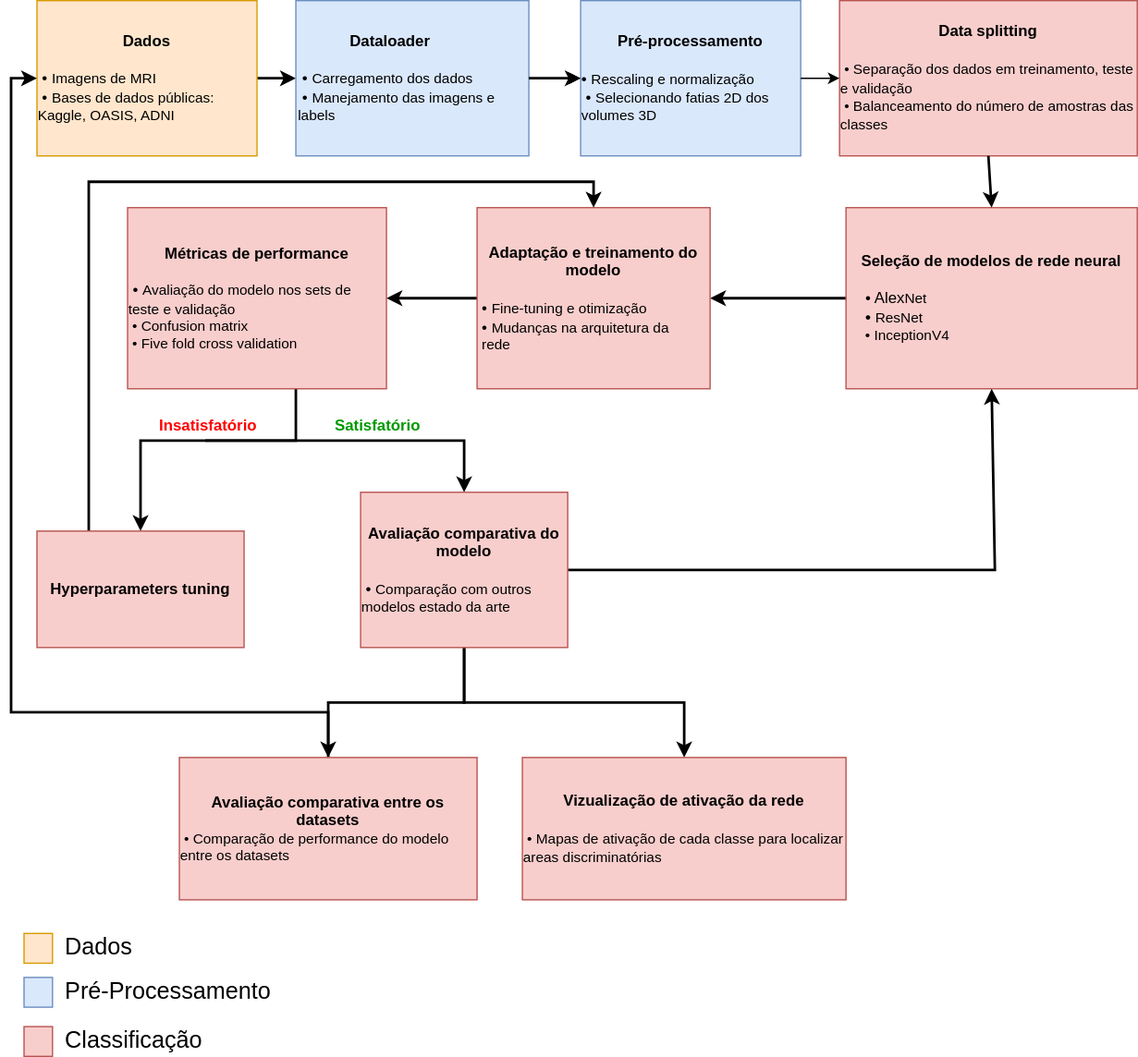
This is projetos/AlzClass/workflow.drawio.svg from Disciplinas-FEEC/IA901-2023S1, a draw.io export, as it was before one commit. Source tidied: cells renumbered, new cells last; positions are measured from the earlier drawing's top-left corner, leaving out a move shared by most shapes.
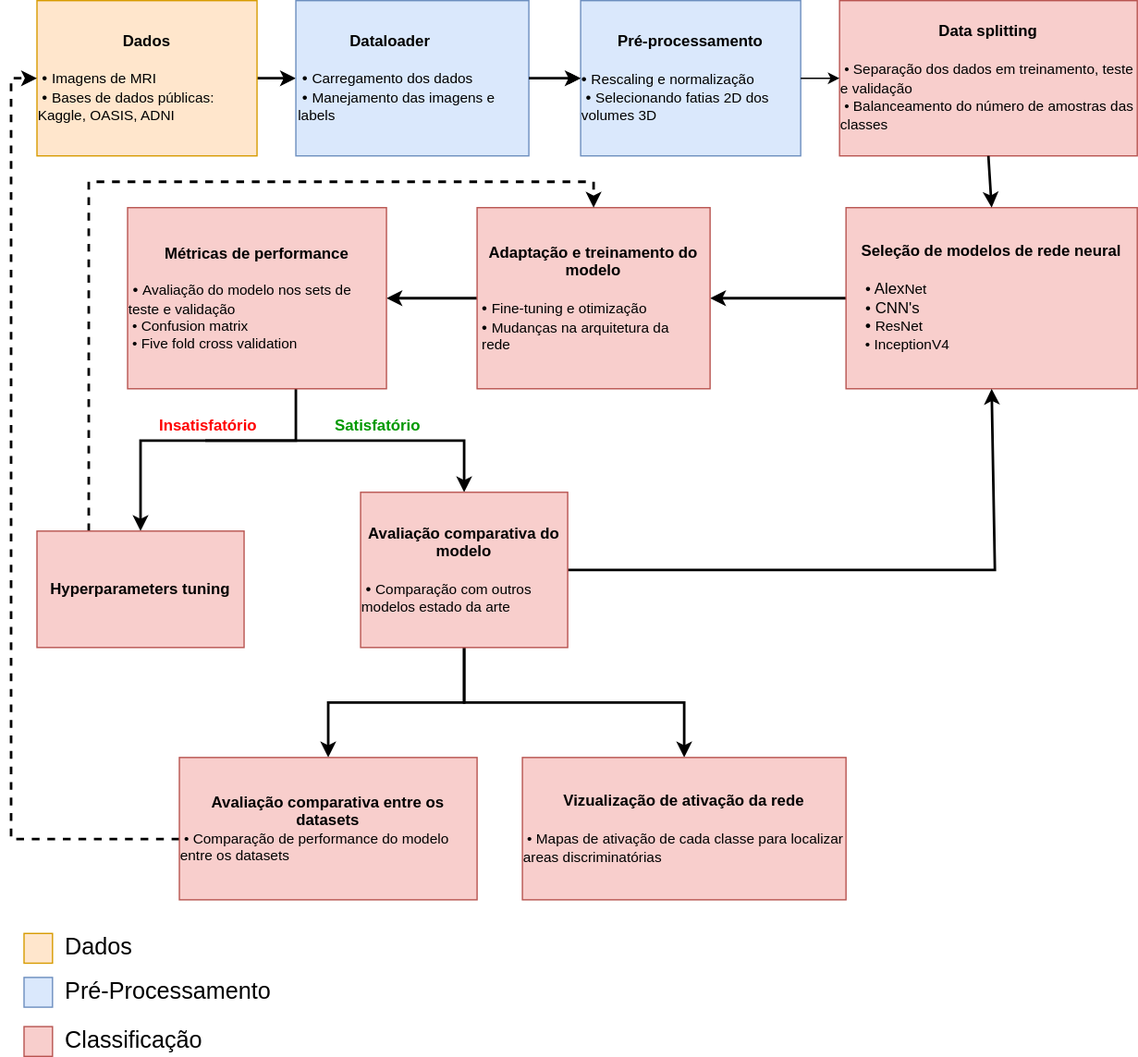
The same diagram one commit later.

What changed in the source:
```diff
@@ -23,7 +23,7 @@
     <mxCell id="8" style="edgeStyle=orthogonalEdgeStyle;rounded=0;jettySize=auto;html=1;fontFamily=Helvetica;strokeWidth=2;" parent="1" edge="1" source="9" target="13">
       <mxGeometry relative="1" as="geometry" />
     </mxCell>
-    <mxCell id="9" value="&lt;font style=&quot;font-size: 11px;&quot;&gt;&lt;b style=&quot;font-size: 12px;&quot;&gt;Seleção de modelos de rede neural&lt;br&gt;&lt;br&gt;&lt;div style=&quot;text-align: left;&quot;&gt;&amp;nbsp;&lt;span style=&quot;font-weight: 400; text-align: center;&quot;&gt;• Alex&lt;/span&gt;&lt;span style=&quot;font-size: 11px; background-color: initial; font-weight: normal;&quot;&gt;Net&lt;/span&gt;&lt;/div&gt;&lt;div style=&quot;text-align: left;&quot;&gt;&amp;nbsp;•&amp;nbsp;&lt;span style=&quot;background-color: initial; font-size: 11px; font-weight: normal;&quot;&gt;ResNet&lt;/span&gt;&lt;span style=&quot;font-size: 11px; background-color: initial; font-weight: normal;&quot;&gt;&lt;br&gt;&lt;/span&gt;&lt;/div&gt;&lt;div style=&quot;text-align: left;&quot;&gt;&lt;font style=&quot;font-size: 11px; background-color: initial; font-weight: normal;&quot;&gt;&amp;nbsp;&lt;/font&gt;&lt;font style=&quot;font-size: 11px; background-color: initial; font-weight: normal;&quot;&gt;•&amp;nbsp;InceptionV4&lt;/font&gt;&lt;/div&gt;&lt;/b&gt;&lt;/font&gt;" style="rounded=0;whiteSpace=wrap;html=1;fontFamily=Helvetica;fillColor=#f8cecc;strokeColor=#b85450;" parent="1" vertex="1">
+    <mxCell id="9" value="&lt;font style=&quot;font-size: 11px;&quot;&gt;&lt;span style=&quot;font-size: 12px;&quot;&gt;&lt;b&gt;Seleção de modelos de rede neural&lt;/b&gt;&lt;br&gt;&lt;br&gt;&lt;div style=&quot;font-weight: bold; text-align: left;&quot;&gt;&amp;nbsp;&lt;span style=&quot;font-weight: 400; text-align: center;&quot;&gt;• Alex&lt;/span&gt;&lt;span style=&quot;font-size: 11px; background-color: initial; font-weight: normal;&quot;&gt;Net&lt;/span&gt;&lt;/div&gt;&lt;div style=&quot;text-align: left;&quot;&gt;&lt;b&gt;&amp;nbsp;&lt;/b&gt;• CNN's&lt;span style=&quot;font-weight: normal; font-size: 11px; background-color: initial;&quot;&gt;&lt;br&gt;&lt;/span&gt;&lt;/div&gt;&lt;div style=&quot;font-weight: bold; text-align: left;&quot;&gt;&amp;nbsp;•&amp;nbsp;&lt;span style=&quot;background-color: initial; font-size: 11px; font-weight: normal;&quot;&gt;ResNet&lt;/span&gt;&lt;span style=&quot;font-size: 11px; background-color: initial; font-weight: normal;&quot;&gt;&lt;br&gt;&lt;/span&gt;&lt;/div&gt;&lt;div style=&quot;font-weight: bold; text-align: left;&quot;&gt;&lt;font style=&quot;font-size: 11px; background-color: initial; font-weight: normal;&quot;&gt;&amp;nbsp;&lt;/font&gt;&lt;font style=&quot;font-size: 11px; background-color: initial; font-weight: normal;&quot;&gt;•&amp;nbsp;InceptionV4&lt;/font&gt;&lt;/div&gt;&lt;/span&gt;&lt;/font&gt;" style="rounded=0;whiteSpace=wrap;html=1;fontFamily=Helvetica;fillColor=#f8cecc;strokeColor=#b85450;" parent="1" vertex="1">
       <mxGeometry x="645" y="160" width="225" height="140" as="geometry" />
     </mxCell>
     <mxCell id="10" style="endArrow=classic;html=1;rounded=0;exitX=1;exitY=0.5;exitDx=0;exitDy=0;fontFamily=Helvetica;" parent="1" edge="1" source="7" target="6">
@@ -49,7 +49,7 @@
     <mxCell id="15" value="&lt;b&gt;Métricas de performance&lt;br&gt;&lt;/b&gt;&lt;br&gt;&lt;div style=&quot;text-align: left;&quot;&gt;&lt;span style=&quot;background-color: initial;&quot;&gt;&amp;nbsp;•&amp;nbsp;&lt;/span&gt;&lt;span style=&quot;background-color: initial; font-size: 11px;&quot;&gt;Avaliação do modelo nos sets de teste e validação&lt;/span&gt;&lt;/div&gt;&lt;font style=&quot;font-size: 11px;&quot;&gt;&lt;div style=&quot;text-align: left;&quot;&gt;&lt;span style=&quot;background-color: initial;&quot;&gt;&amp;nbsp;•&amp;nbsp;&lt;/span&gt;&lt;span style=&quot;background-color: initial;&quot;&gt;Confusion matrix&lt;/span&gt;&lt;/div&gt;&lt;div style=&quot;text-align: left;&quot;&gt;&lt;span style=&quot;background-color: initial;&quot;&gt;&amp;nbsp;•&amp;nbsp;&lt;/span&gt;&lt;span style=&quot;background-color: initial; text-align: left;&quot;&gt;Five fold cross validation&lt;/span&gt;&lt;/div&gt;&lt;/font&gt;" style="rounded=0;whiteSpace=wrap;html=1;fontFamily=Helvetica;fillColor=#f8cecc;strokeColor=#b85450;" parent="1" vertex="1">
       <mxGeometry x="90" y="160" width="200" height="140" as="geometry" />
     </mxCell>
-    <mxCell id="16" style="edgeStyle=orthogonalEdgeStyle;rounded=0;jettySize=auto;html=1;exitX=0.25;exitY=0;exitDx=0;exitDy=0;entryX=0.5;entryY=0;entryDx=0;entryDy=0;strokeWidth=2;" parent="1" edge="1" source="17" target="13">
+    <mxCell id="16" style="edgeStyle=orthogonalEdgeStyle;rounded=0;jettySize=auto;html=1;exitX=0.25;exitY=0;exitDx=0;exitDy=0;entryX=0.5;entryY=0;entryDx=0;entryDy=0;strokeWidth=2;dashed=1;" parent="1" edge="1" source="17" target="13">
       <mxGeometry relative="1" as="geometry">
         <Array as="points">
           <mxPoint x="60" y="140" />
@@ -91,11 +91,10 @@
     <mxCell id="24" value="&lt;b&gt;&lt;font color=&quot;#ff0000&quot;&gt;Insatisfatório&lt;/font&gt;&lt;/b&gt;" style="text;html=1;align=center;verticalAlign=middle;strokeColor=none;fillColor=none;fontFamily=Helvetica;" parent="1" vertex="1">
       <mxGeometry x="99" y="314" width="106" height="29" as="geometry" />
     </mxCell>
-    <mxCell id="25" style="edgeStyle=orthogonalEdgeStyle;rounded=0;jettySize=auto;html=1;entryX=0;entryY=0.5;entryDx=0;entryDy=0;strokeWidth=2;" parent="1" edge="1" source="26" target="3">
+    <mxCell id="25" style="edgeStyle=orthogonalEdgeStyle;rounded=0;jettySize=auto;html=1;entryX=0;entryY=0.5;entryDx=0;entryDy=0;strokeWidth=2;dashed=1;" parent="1" edge="1" source="26" target="3">
       <mxGeometry relative="1" as="geometry">
         <Array as="points">
-          <mxPoint x="245" y="550" />
-          <mxPoint y="550" />
+          <mxPoint y="648" />
           <mxPoint y="60" />
         </Array>
       </mxGeometry>
```
